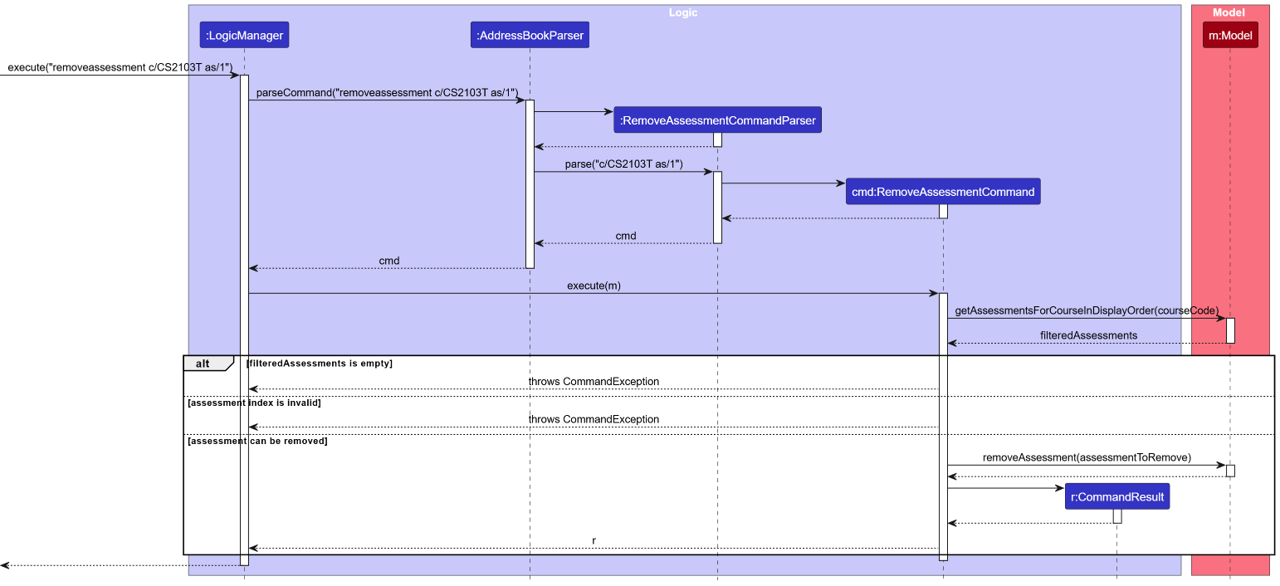
The PlantUML diagram docs/images/DeleteSequenceDiagram.png in idunruniroll/tp, before a commit. Its source is kept beside it as docs/diagrams/DeleteSequenceDiagram.puml.
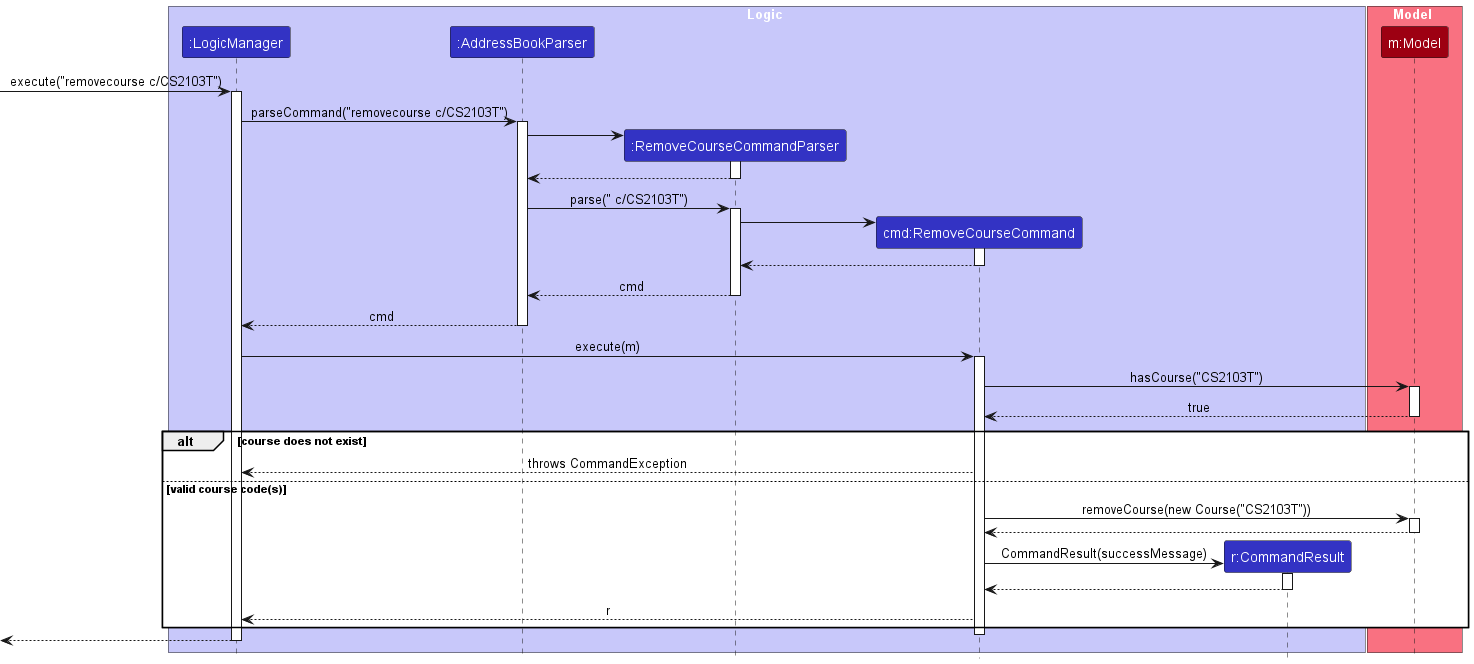
The same file after the commit.

Commit message:
Update DeleteSequenceDiagram to removecourse

The edit, as a diff of the source:
```diff
@@ -5,8 +5,8 @@
 box Logic LOGIC_COLOR_T1
 participant ":LogicManager" as LogicManager LOGIC_COLOR
 participant ":AddressBookParser" as AddressBookParser LOGIC_COLOR
-participant ":RemoveAssessmentCommandParser" as RemoveAssessmentCommandParser LOGIC_COLOR
-participant "cmd:RemoveAssessmentCommand" as RemoveAssessmentCommand LOGIC_COLOR
+participant ":RemoveCourseCommandParser" as RemoveCourseCommandParser LOGIC_COLOR
+participant "cmd:RemoveCourseCommand" as RemoveCourseCommand LOGIC_COLOR
 participant "r:CommandResult" as CommandResult LOGIC_COLOR
 end box
 
@@ -14,63 +14,61 @@
 participant "m:Model" as Model MODEL_COLOR
 end box
 
-[-> LogicManager : execute("removeassessment c/CS2103T as/1")
+[-> LogicManager : execute("removecourse c/CS2103T")
 activate LogicManager
 
-LogicManager -> AddressBookParser : parseCommand("removeassessment c/CS2103T as/1")
+LogicManager -> AddressBookParser : parseCommand("removecourse c/CS2103T")
 activate AddressBookParser
 
-create RemoveAssessmentCommandParser
-AddressBookParser -> RemoveAssessmentCommandParser
-activate RemoveAssessmentCommandParser
+create RemoveCourseCommandParser
+AddressBookParser -> RemoveCourseCommandParser
+activate RemoveCourseCommandParser
 
-RemoveAssessmentCommandParser --> AddressBookParser
-deactivate RemoveAssessmentCommandParser
+RemoveCourseCommandParser --> AddressBookParser
+deactivate RemoveCourseCommandParser
 
-AddressBookParser -> RemoveAssessmentCommandParser : parse("c/CS2103T as/1")
-activate RemoveAssessmentCommandParser
+AddressBookParser -> RemoveCourseCommandParser : parse(" c/CS2103T")
+activate RemoveCourseCommandParser
 
-create RemoveAssessmentCommand
-RemoveAssessmentCommandParser -> RemoveAssessmentCommand
-activate RemoveAssessmentCommand
+create RemoveCourseCommand
+RemoveCourseCommandParser -> RemoveCourseCommand
+activate RemoveCourseCommand
 
-RemoveAssessmentCommand --> RemoveAssessmentCommandParser
-deactivate RemoveAssessmentCommand
+RemoveCourseCommand --> RemoveCourseCommandParser
+deactivate RemoveCourseCommand
 
-RemoveAssessmentCommandParser --> AddressBookParser : cmd
-deactivate RemoveAssessmentCommandParser
+RemoveCourseCommandParser --> AddressBookParser : cmd
+deactivate RemoveCourseCommandParser
 
 AddressBookParser --> LogicManager : cmd
 deactivate AddressBookParser
 
-LogicManager -> RemoveAssessmentCommand : execute(m)
-activate RemoveAssessmentCommand
+LogicManager -> RemoveCourseCommand : execute(m)
+activate RemoveCourseCommand
 
-RemoveAssessmentCommand -> Model : getAssessmentsForCourseInDisplayOrder(courseCode)
+RemoveCourseCommand -> Model : hasCourse("CS2103T")
 activate Model
-Model --> RemoveAssessmentCommand : filteredAssessments
+Model --> RemoveCourseCommand : true
 deactivate Model
 
-alt filteredAssessments is empty
-    RemoveAssessmentCommand --> LogicManager : throws CommandException
-else assessment index is invalid
-    RemoveAssessmentCommand --> LogicManager : throws CommandException
-else assessment can be removed
-    RemoveAssessmentCommand -> Model : removeAssessment(assessmentToRemove)
+alt course does not exist
+    RemoveCourseCommand --> LogicManager : throws CommandException
+else valid course code(s)
+    RemoveCourseCommand -> Model : removeCourse(new Course("CS2103T"))
     activate Model
-    Model --> RemoveAssessmentCommand
+    Model --> RemoveCourseCommand
     deactivate Model
 
     create CommandResult
-    RemoveAssessmentCommand -> CommandResult
+    RemoveCourseCommand -> CommandResult : CommandResult(successMessage)
     activate CommandResult
-    CommandResult --> RemoveAssessmentCommand
+    CommandResult --> RemoveCourseCommand
     deactivate CommandResult
 
-    RemoveAssessmentCommand --> LogicManager : r
+    RemoveCourseCommand --> LogicManager : r
 end
 
-deactivate RemoveAssessmentCommand
+deactivate RemoveCourseCommand
 [<-- LogicManager
 deactivate LogicManager
 @enduml
```
